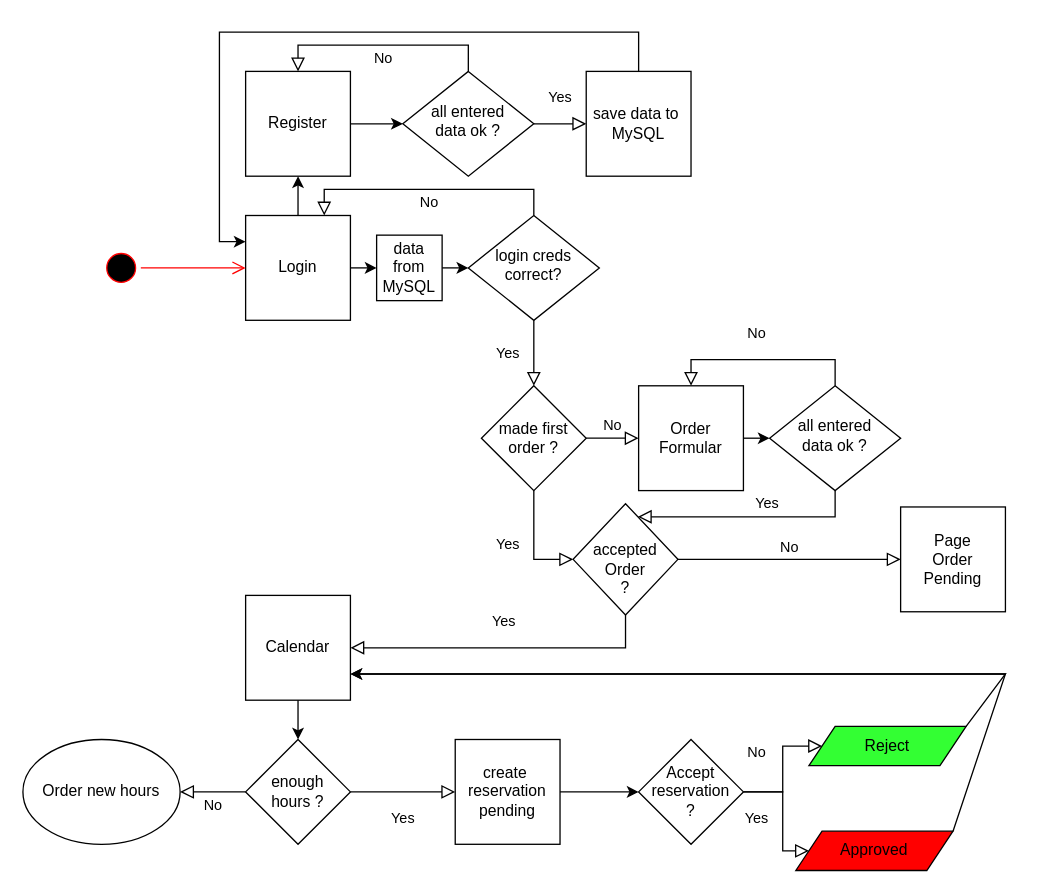
Above: Flowchart shapes.drawio in SZF-KRC/RedBlue (draw.io), before the change. Source tidied: cells renumbered, new cells numbered last; positions are measured from the earlier drawing's top-left corner, leaving out a move shared by most shapes. Both pictures are drawn from the tidied source at 131%, with x=0, y=0 at pixel (22, 31).
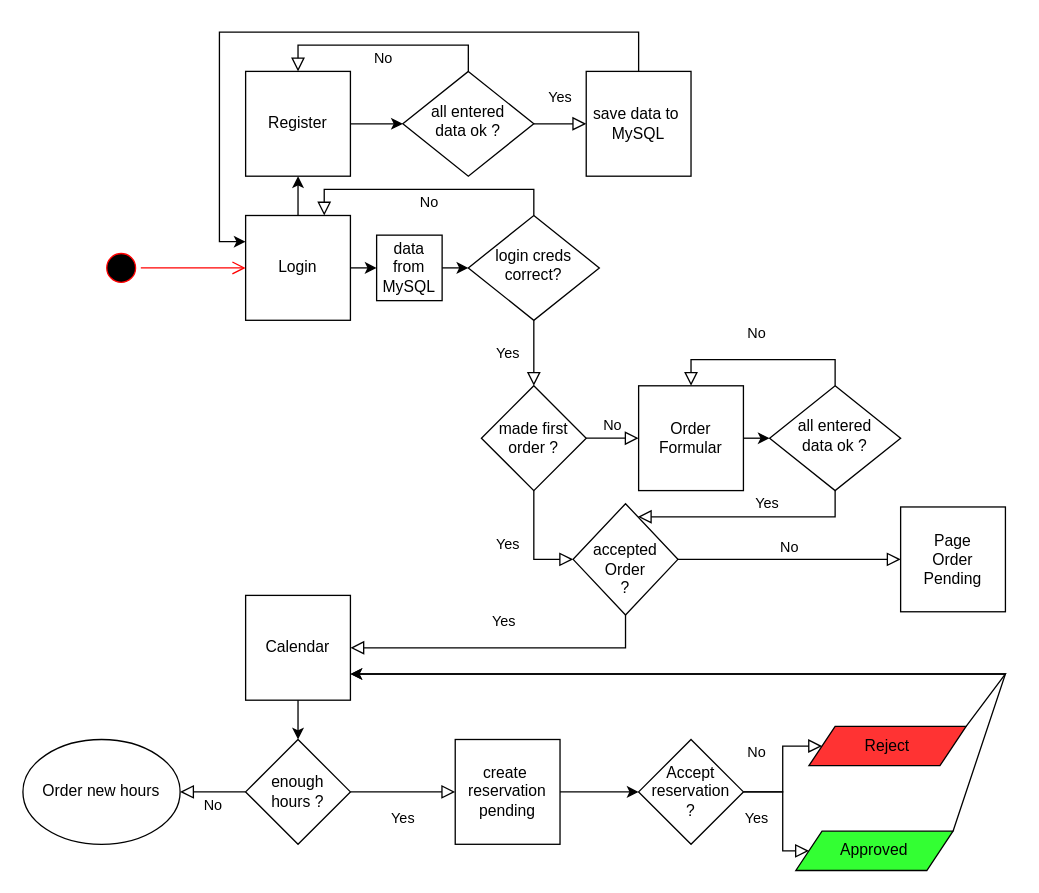
The same diagram, later.

Diff of the diagram source:
```diff
@@
-    <mxCell id="42" value="Reject" style="shape=parallelogram;perimeter=parallelogramPerimeter;whiteSpace=wrap;html=1;fixedSize=1;fillColor=#33FF33;" parent="1" vertex="1">
+    <mxCell id="42" value="Reject" style="shape=parallelogram;perimeter=parallelogramPerimeter;whiteSpace=wrap;html=1;fixedSize=1;fillColor=#FF3333;" parent="1" vertex="1">
       <mxGeometry x="600" y="530" width="120" height="30" as="geometry" />
     </mxCell>
-    <mxCell id="43" value="Approved" style="shape=parallelogram;perimeter=parallelogramPerimeter;whiteSpace=wrap;html=1;fixedSize=1;fillColor=#FF0000;" parent="1" vertex="1">
+    <mxCell id="43" value="Approved" style="shape=parallelogram;perimeter=parallelogramPerimeter;whiteSpace=wrap;html=1;fixedSize=1;fillColor=#33FF33;" parent="1" vertex="1">
       <mxGeometry x="590" y="610" width="120" height="30" as="geometry" />
     </mxCell>
```
